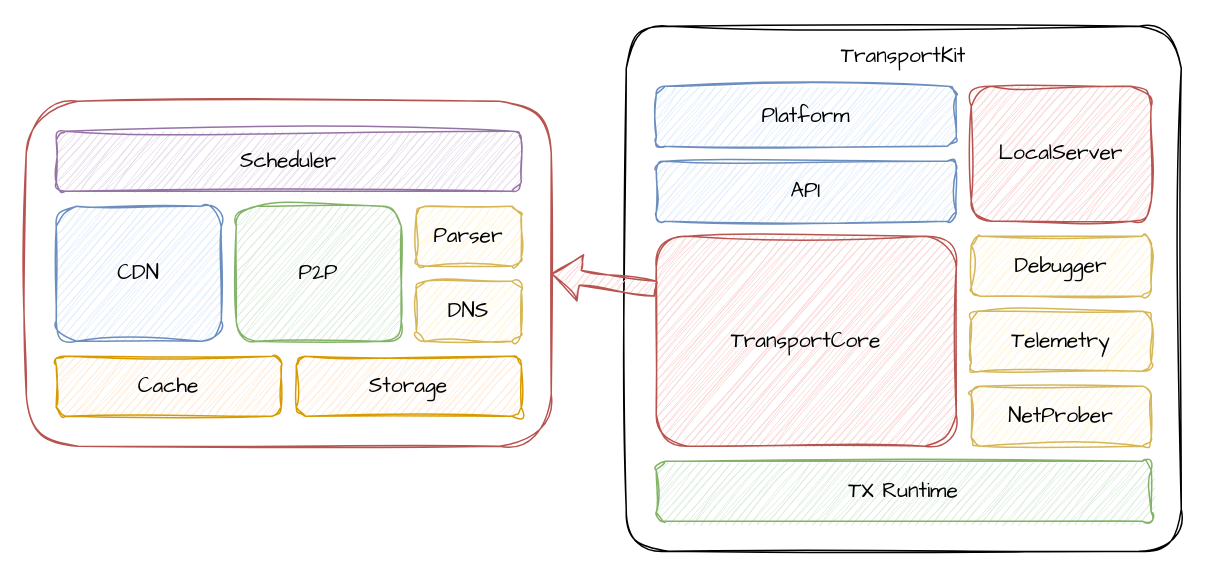
Before: Documents/TransportKit.drawio in mivinci/TransportKit, a draw.io diagram. Source tidied: cells renumbered, new cells numbered last; positions are measured from the earlier drawing's top-left corner, leaving out a move shared by most shapes. Both pictures are drawn from the tidied source at 150%, with x=0, y=0 at pixel (26, 26).
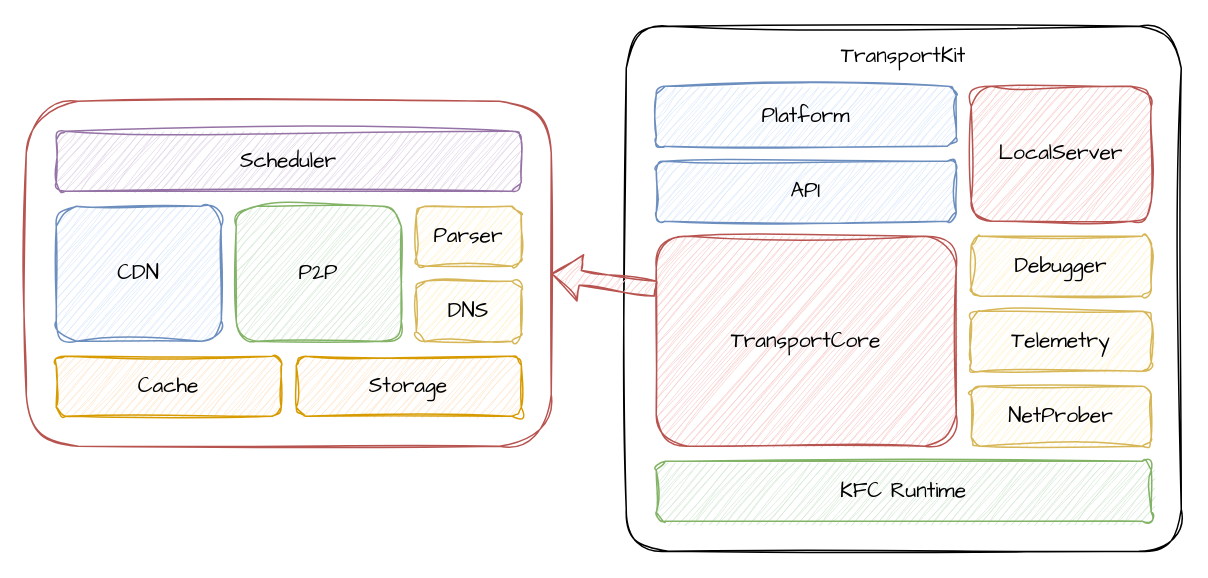
The same diagram, later.

Unchanged cells that the change refers to:
```xml
<mxCell id="2" style="group;" parent="1" vertex="1">
  <mxGeometry x="400" width="370" height="350" as="geometry" />
</mxCell>
```

The edit, as a diff of the source:
```diff
@@
-    <mxCell id="11" value="TX Runtime" style="rounded=1;whiteSpace=wrap;html=1;fillColor=#d5e8d4;strokeColor=#82b366;fontSize=14;fontFamily=Comic Sans MS;sketch=1;curveFitting=1;jiggle=2;" parent="2" vertex="1">
+    <mxCell id="11" value="KFC Runtime" style="rounded=1;whiteSpace=wrap;html=1;fillColor=#d5e8d4;strokeColor=#82b366;fontSize=14;fontFamily=Comic Sans MS;sketch=1;curveFitting=1;jiggle=2;" parent="2" vertex="1">
       <mxGeometry x="20" y="290" width="330" height="40" as="geometry" />
     </mxCell>
```
